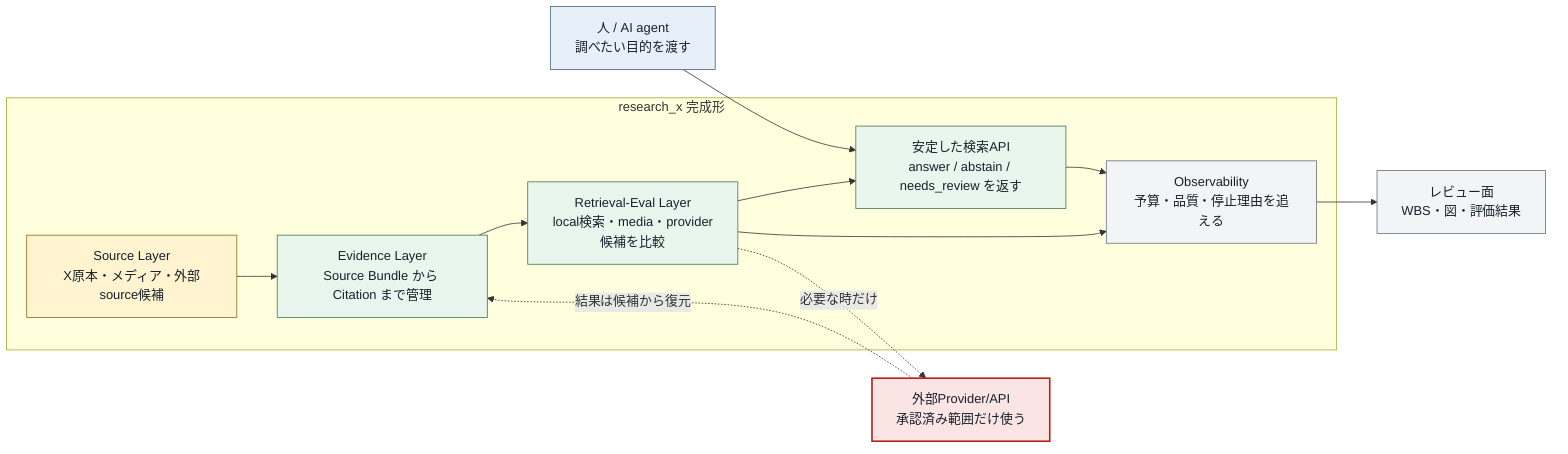
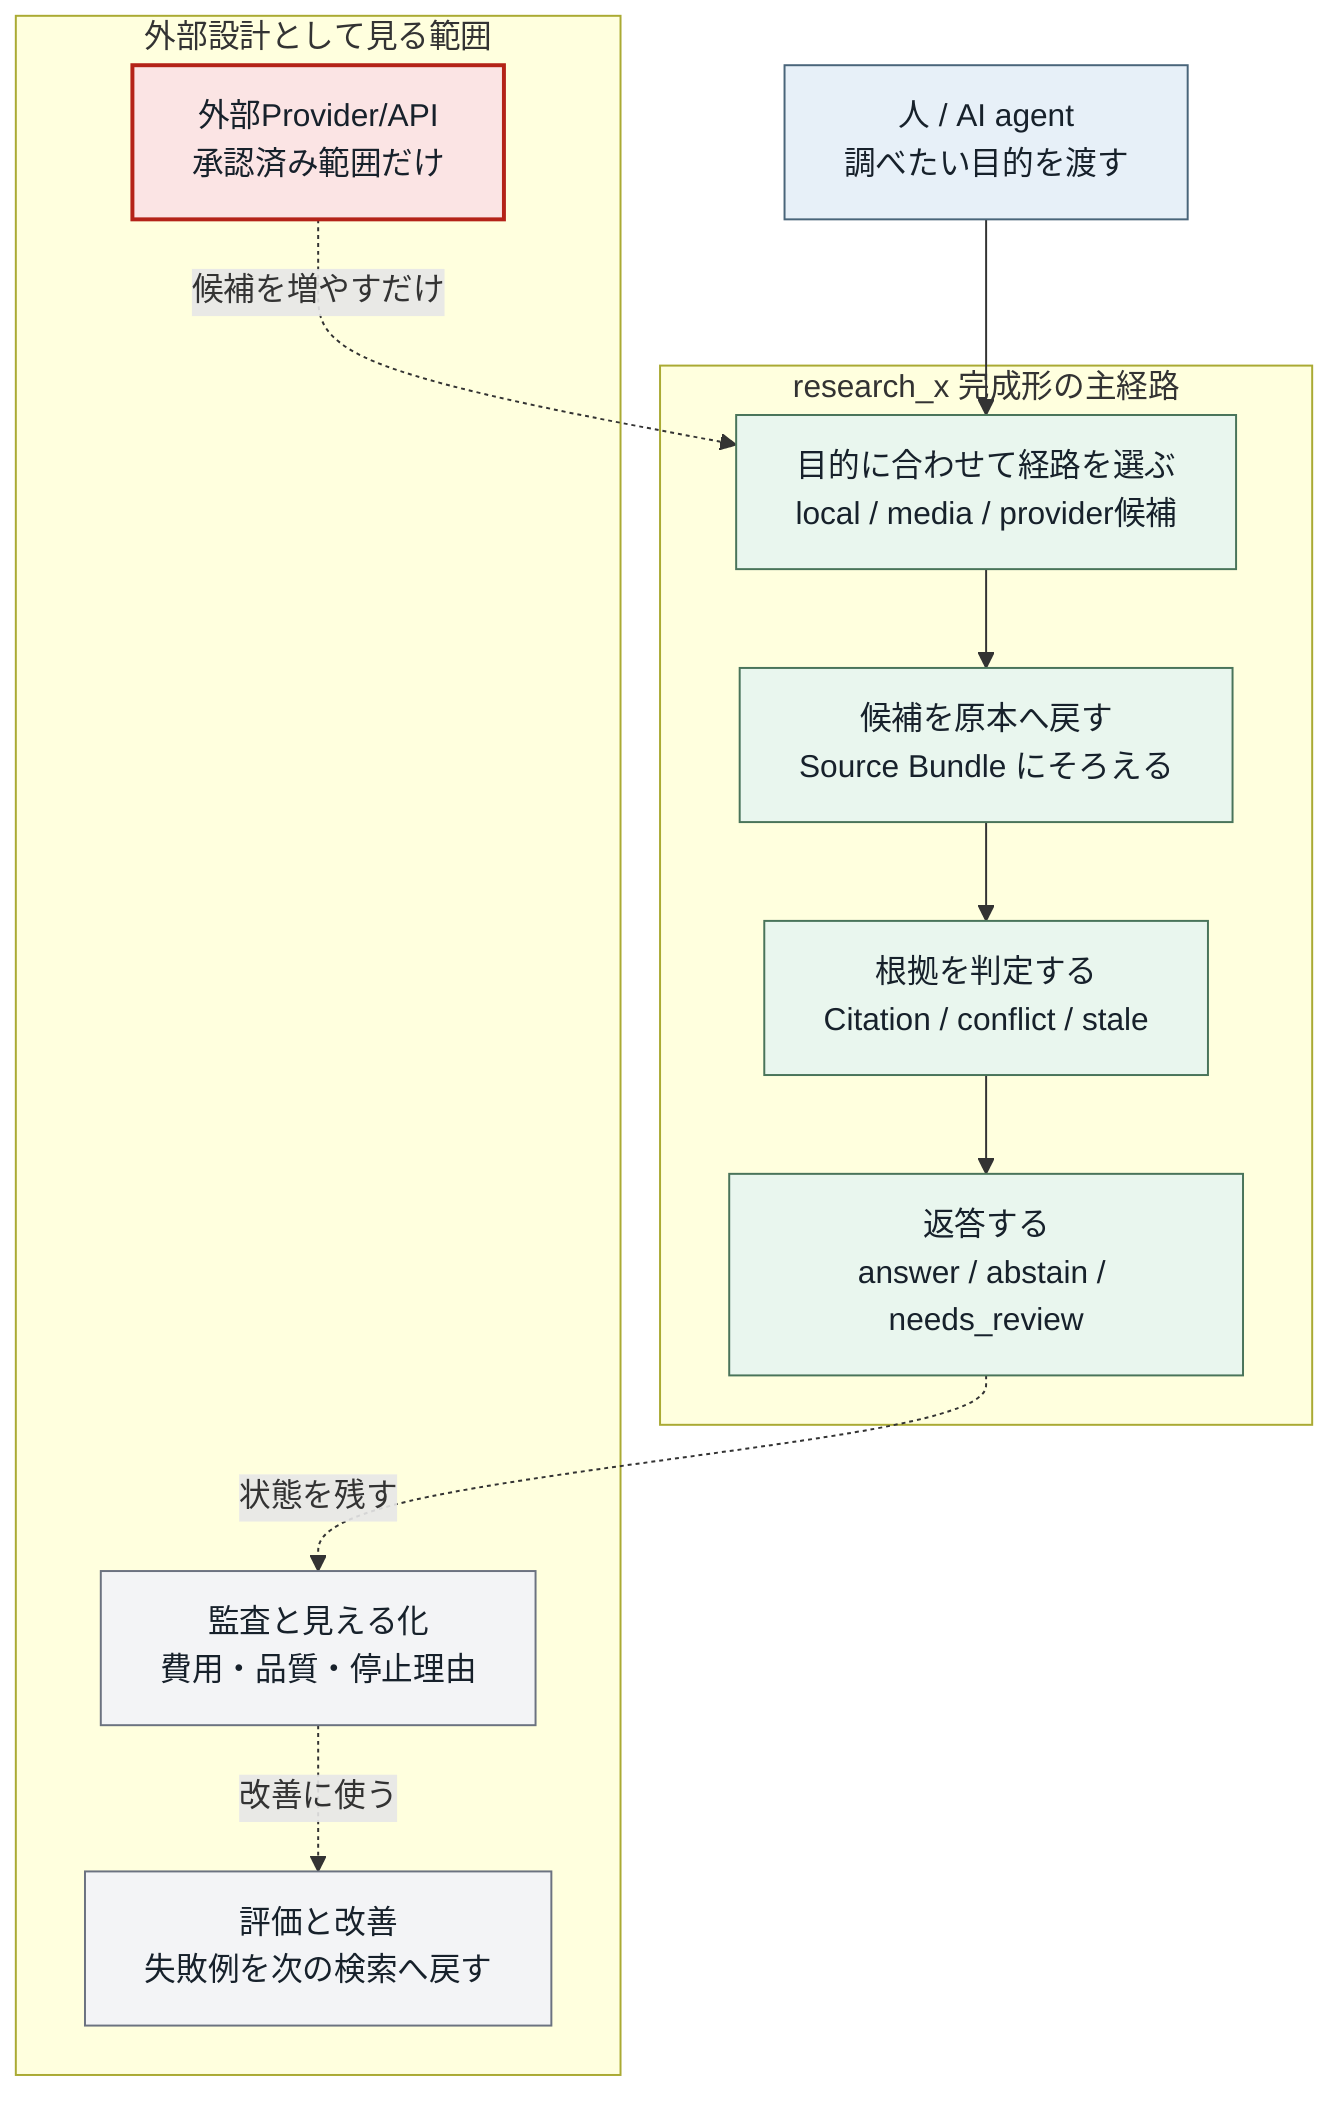
- flowchart LR
-   %% 完成形の全体アーキテクチャ図: 最終的に research_x がAIの外部記憶としてどう働くかを見る
+ flowchart TB
+   %% 完成形の全体アーキテクチャ図: AIの外部記憶として質問から答えまでを閉じる

-   classDef human fill:#e7f0f8,stroke:#49657a,color:#17212b
-   classDef system fill:#e9f6ee,stroke:#49745a,color:#17212b
-   classDef data fill:#fff4cf,stroke:#8a6d1d,color:#17212b
+   classDef main fill:#e9f6ee,stroke:#49745a,color:#17212b
+   classDef input fill:#e7f0f8,stroke:#49657a,color:#17212b
  classDef gate fill:#fbe4e4,stroke:#b42318,color:#17212b,stroke-width:2px
-   classDef observe fill:#f3f4f6,stroke:#6b7280,color:#17212b
+   classDef side fill:#f3f4f6,stroke:#6b7280,color:#17212b

-   ai["人 / AI agent<br/>調べたい目的を渡す"]:::human
+   request["人 / AI agent<br/>調べたい目的を渡す"]:::input

-   subgraph rx["research_x 完成形"]
-     interface["安定した検索API<br/>answer / abstain / needs_review を返す"]:::system
-     source["Source Layer<br/>X原本・メディア・外部source候補"]:::data
-     evidence["Evidence Layer<br/>Source Bundle から Citation まで管理"]:::system
-     retrieval["Retrieval-Eval Layer<br/>local検索・media・provider候補を比較"]:::system
-     observe["Observability<br/>予算・品質・停止理由を追える"]:::observe
+   subgraph core["research_x 完成形の主経路"]
+     route["目的に合わせて経路を選ぶ<br/>local / media / provider候補"]:::main
+     restore["候補を原本へ戻す<br/>Source Bundle にそろえる"]:::main
+     cite["根拠を判定する<br/>Citation / conflict / stale"]:::main
+     respond["返答する<br/>answer / abstain / needs_review"]:::main
  end

-   provider["外部Provider/API<br/>承認済み範囲だけ使う"]:::gate
-   review["レビュー面<br/>WBS・図・評価結果"]:::observe
+   subgraph support["外部設計として見る範囲"]
+     provider["外部Provider/API<br/>承認済み範囲だけ"]:::gate
+     observe["監査と見える化<br/>費用・品質・停止理由"]:::side
+     feedback["評価と改善<br/>失敗例を次の検索へ戻す"]:::side
+   end

-   ai --> interface
-   source --> evidence --> retrieval --> interface
-   retrieval -. "必要な時だけ" .-> provider
-   provider -. "結果は候補から復元" .-> evidence
-   interface --> observe
-   retrieval --> observe
-   observe --> review
+   request --> route --> restore --> cite --> respond
+   provider -. "候補を増やすだけ" .-> route
+   respond -. "状態を残す" .-> observe
+   observe -. "改善に使う" .-> feedback
